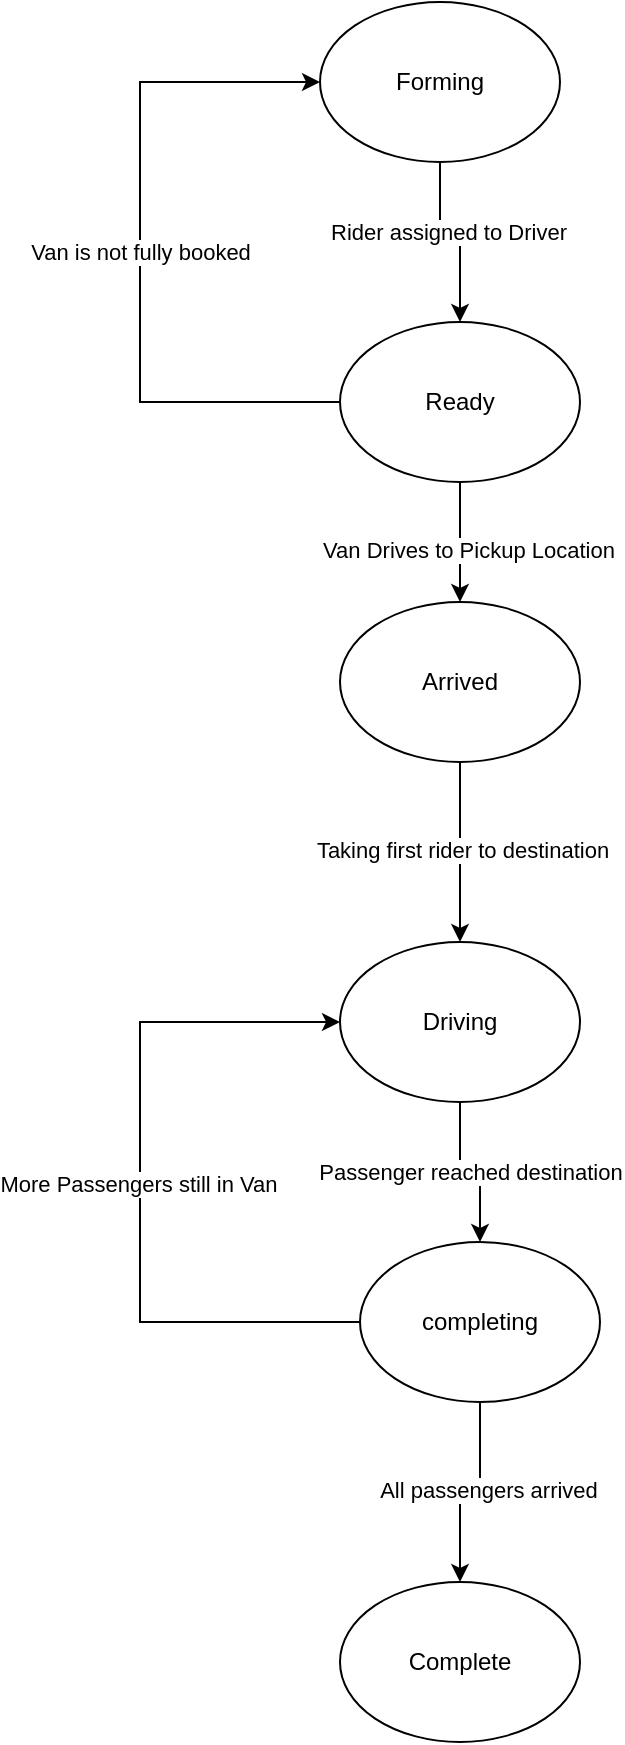
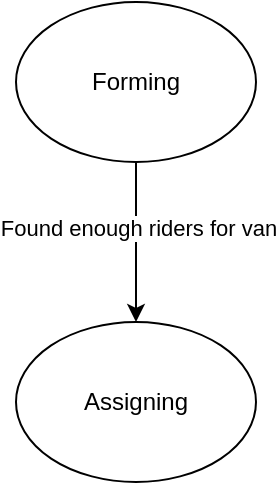
<mxfile host="app.diagrams.net">
  <diagram name="Page-1" id="uky30sMuRtbvl4v7oDvU">
    <mxGraphModel dx="897" dy="707" grid="1" gridSize="10" guides="1" tooltips="1" connect="1" arrows="1" fold="1" page="1" pageScale="1" pageWidth="850" pageHeight="1100" math="0" shadow="0">
      <root>
        <mxCell id="0" />
        <mxCell id="1" parent="0" />
-         <mxCell id="Gz_-l-qtndXPY_ptsec8-11" edge="1" parent="1" source="Gz_-l-qtndXPY_ptsec8-1" style="edgeStyle=orthogonalEdgeStyle;rounded=0;orthogonalLoop=1;jettySize=auto;html=1;exitX=0.5;exitY=1;exitDx=0;exitDy=0;entryX=0.5;entryY=0;entryDx=0;entryDy=0;" target="Gz_-l-qtndXPY_ptsec8-2">
+         <mxCell id="Gz_-l-qtndXPY_ptsec8-25" edge="1" parent="1" source="Gz_-l-qtndXPY_ptsec8-23" style="edgeStyle=orthogonalEdgeStyle;rounded=0;orthogonalLoop=1;jettySize=auto;html=1;" target="Gz_-l-qtndXPY_ptsec8-24">
          <mxGeometry relative="1" as="geometry" />
        </mxCell>
-         <mxCell id="Gz_-l-qtndXPY_ptsec8-13" connectable="0" parent="Gz_-l-qtndXPY_ptsec8-11" style="edgeLabel;html=1;align=center;verticalAlign=middle;resizable=0;points=[];" value="Rider assigned to Driver" vertex="1">
-           <mxGeometry relative="1" x="-0.225" y="4" as="geometry">
+         <mxCell id="Gz_-l-qtndXPY_ptsec8-26" connectable="0" parent="Gz_-l-qtndXPY_ptsec8-25" style="edgeLabel;html=1;align=center;verticalAlign=middle;resizable=0;points=[];" value="Found enough riders for van" vertex="1">
+           <mxGeometry relative="1" x="-0.175" y="1" as="geometry">
            <mxPoint as="offset" />
          </mxGeometry>
        </mxCell>
-         <mxCell id="Gz_-l-qtndXPY_ptsec8-1" parent="1" style="ellipse;whiteSpace=wrap;html=1;" value="Forming" vertex="1">
-           <mxGeometry height="80" width="120" x="390" y="150" as="geometry" />
+         <mxCell id="Gz_-l-qtndXPY_ptsec8-23" parent="1" style="ellipse;whiteSpace=wrap;html=1;" value="Forming" vertex="1">
+           <mxGeometry height="80" width="120" x="390" y="170" as="geometry" />
        </mxCell>
-         <mxCell id="Gz_-l-qtndXPY_ptsec8-15" edge="1" parent="1" source="Gz_-l-qtndXPY_ptsec8-2" style="edgeStyle=orthogonalEdgeStyle;rounded=0;orthogonalLoop=1;jettySize=auto;html=1;exitX=0;exitY=0.5;exitDx=0;exitDy=0;entryX=0;entryY=0.5;entryDx=0;entryDy=0;" target="Gz_-l-qtndXPY_ptsec8-1">
-           <mxGeometry relative="1" as="geometry">
-             <Array as="points">
-               <mxPoint x="300" y="350" />
-               <mxPoint x="300" y="190" />
-             </Array>
-           </mxGeometry>
-         </mxCell>
-         <mxCell id="Gz_-l-qtndXPY_ptsec8-16" connectable="0" parent="Gz_-l-qtndXPY_ptsec8-15" style="edgeLabel;html=1;align=center;verticalAlign=middle;resizable=0;points=[];" value="Van is not fully booked" vertex="1">
-           <mxGeometry relative="1" as="geometry">
-             <mxPoint as="offset" />
-           </mxGeometry>
-         </mxCell>
-         <mxCell id="Gz_-l-qtndXPY_ptsec8-18" edge="1" parent="1" source="Gz_-l-qtndXPY_ptsec8-2" style="edgeStyle=orthogonalEdgeStyle;rounded=0;orthogonalLoop=1;jettySize=auto;html=1;exitX=0.5;exitY=1;exitDx=0;exitDy=0;entryX=0.5;entryY=0;entryDx=0;entryDy=0;" target="Gz_-l-qtndXPY_ptsec8-17">
-           <mxGeometry relative="1" as="geometry" />
-         </mxCell>
-         <mxCell id="Gz_-l-qtndXPY_ptsec8-19" connectable="0" parent="Gz_-l-qtndXPY_ptsec8-18" style="edgeLabel;html=1;align=center;verticalAlign=middle;resizable=0;points=[];" value="Van Drives to Pickup Location" vertex="1">
-           <mxGeometry relative="1" x="0.1333" y="4" as="geometry">
-             <mxPoint as="offset" />
-           </mxGeometry>
-         </mxCell>
-         <mxCell id="Gz_-l-qtndXPY_ptsec8-2" parent="1" style="ellipse;whiteSpace=wrap;html=1;" value="Ready" vertex="1">
-           <mxGeometry height="80" width="120" x="400" y="310" as="geometry" />
-         </mxCell>
-         <mxCell id="Gz_-l-qtndXPY_ptsec8-8" edge="1" parent="1" source="Gz_-l-qtndXPY_ptsec8-3" style="edgeStyle=orthogonalEdgeStyle;rounded=0;orthogonalLoop=1;jettySize=auto;html=1;exitX=0.5;exitY=1;exitDx=0;exitDy=0;" target="Gz_-l-qtndXPY_ptsec8-4" value="Passenger reached destination">
-           <mxGeometry relative="1" as="geometry" />
-         </mxCell>
-         <mxCell id="Gz_-l-qtndXPY_ptsec8-3" parent="1" style="ellipse;whiteSpace=wrap;html=1;" value="Driving" vertex="1">
-           <mxGeometry height="80" width="120" x="400" y="620" as="geometry" />
-         </mxCell>
-         <mxCell id="Gz_-l-qtndXPY_ptsec8-6" edge="1" parent="1" source="Gz_-l-qtndXPY_ptsec8-4" style="edgeStyle=orthogonalEdgeStyle;rounded=0;orthogonalLoop=1;jettySize=auto;html=1;exitX=0.5;exitY=1;exitDx=0;exitDy=0;" target="Gz_-l-qtndXPY_ptsec8-5">
-           <mxGeometry relative="1" as="geometry" />
-         </mxCell>
-         <mxCell id="Gz_-l-qtndXPY_ptsec8-7" connectable="0" parent="Gz_-l-qtndXPY_ptsec8-6" style="edgeLabel;html=1;align=center;verticalAlign=middle;resizable=0;points=[];" value="All passengers arrived" vertex="1">
-           <mxGeometry relative="1" x="-0.1333" y="4" as="geometry">
-             <mxPoint as="offset" />
-           </mxGeometry>
-         </mxCell>
-         <mxCell id="Gz_-l-qtndXPY_ptsec8-9" edge="1" parent="1" source="Gz_-l-qtndXPY_ptsec8-4" style="edgeStyle=orthogonalEdgeStyle;rounded=0;orthogonalLoop=1;jettySize=auto;html=1;entryX=0;entryY=0.5;entryDx=0;entryDy=0;" target="Gz_-l-qtndXPY_ptsec8-3">
-           <mxGeometry relative="1" as="geometry">
-             <Array as="points">
-               <mxPoint x="300" y="810" />
-               <mxPoint x="300" y="660" />
-             </Array>
-           </mxGeometry>
-         </mxCell>
-         <mxCell id="Gz_-l-qtndXPY_ptsec8-10" connectable="0" parent="Gz_-l-qtndXPY_ptsec8-9" style="edgeLabel;html=1;align=center;verticalAlign=middle;resizable=0;points=[];" value="More Passengers still in Van" vertex="1">
-           <mxGeometry relative="1" x="-0.0056" y="1" as="geometry">
-             <mxPoint as="offset" />
-           </mxGeometry>
-         </mxCell>
-         <mxCell id="Gz_-l-qtndXPY_ptsec8-4" parent="1" style="ellipse;whiteSpace=wrap;html=1;" value="completing" vertex="1">
-           <mxGeometry height="80" width="120" x="410" y="770" as="geometry" />
-         </mxCell>
-         <mxCell id="Gz_-l-qtndXPY_ptsec8-5" parent="1" style="ellipse;whiteSpace=wrap;html=1;" value="Complete" vertex="1">
-           <mxGeometry height="80" width="120" x="400" y="940" as="geometry" />
-         </mxCell>
-         <mxCell id="Gz_-l-qtndXPY_ptsec8-20" edge="1" parent="1" source="Gz_-l-qtndXPY_ptsec8-17" style="edgeStyle=orthogonalEdgeStyle;rounded=0;orthogonalLoop=1;jettySize=auto;html=1;" target="Gz_-l-qtndXPY_ptsec8-3">
-           <mxGeometry relative="1" as="geometry" />
-         </mxCell>
-         <mxCell id="Gz_-l-qtndXPY_ptsec8-22" connectable="0" parent="Gz_-l-qtndXPY_ptsec8-20" style="edgeLabel;html=1;align=center;verticalAlign=middle;resizable=0;points=[];" value="Taking first rider to destination" vertex="1">
-           <mxGeometry relative="1" x="-0.0222" y="1" as="geometry">
-             <mxPoint as="offset" />
-           </mxGeometry>
-         </mxCell>
-         <mxCell id="Gz_-l-qtndXPY_ptsec8-17" parent="1" style="ellipse;whiteSpace=wrap;html=1;" value="Arrived" vertex="1">
-           <mxGeometry height="80" width="120" x="400" y="450" as="geometry" />
+         <mxCell id="Gz_-l-qtndXPY_ptsec8-24" parent="1" style="ellipse;whiteSpace=wrap;html=1;" value="Assigning" vertex="1">
+           <mxGeometry height="80" width="120" x="390" y="330" as="geometry" />
        </mxCell>
      </root>
    </mxGraphModel>
  </diagram>
</mxfile>
